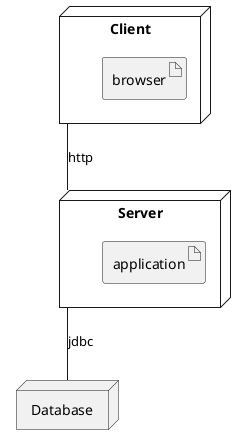
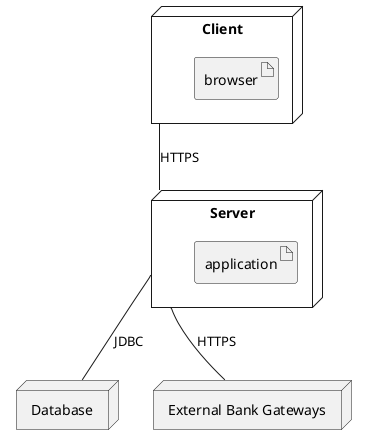
@startuml
'https://plantuml.com/deployment-diagram

node "Client" {
    artifact browser
}
node "Server" {
    artifact application
}
node "Database"
+ node "External Bank Gateways"

- "Client" -- "Server": http
- "Server" -- "Database": jdbc
+ "Client" -- "Server": HTTPS
+ "Server" -- "Database": JDBC
+ "Server" -- "External Bank Gateways": HTTPS
@enduml